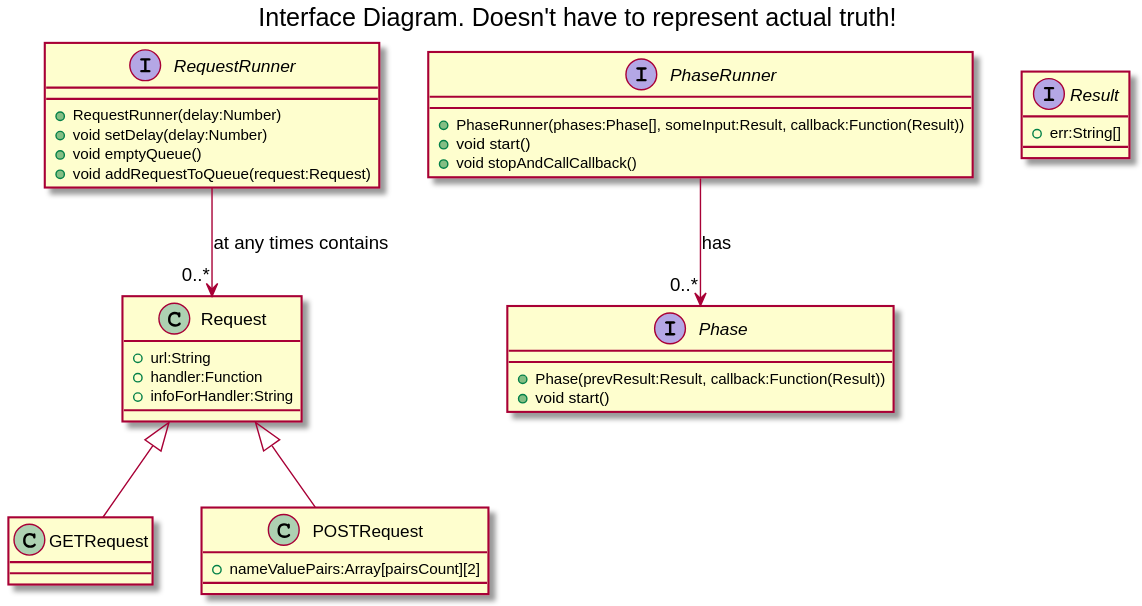
Earlier version of the PlantUML export doc/interface-diagram.svg (hossameldeen/gpa-fcicu). Its source is kept beside it as doc/interface-diagram.puml.
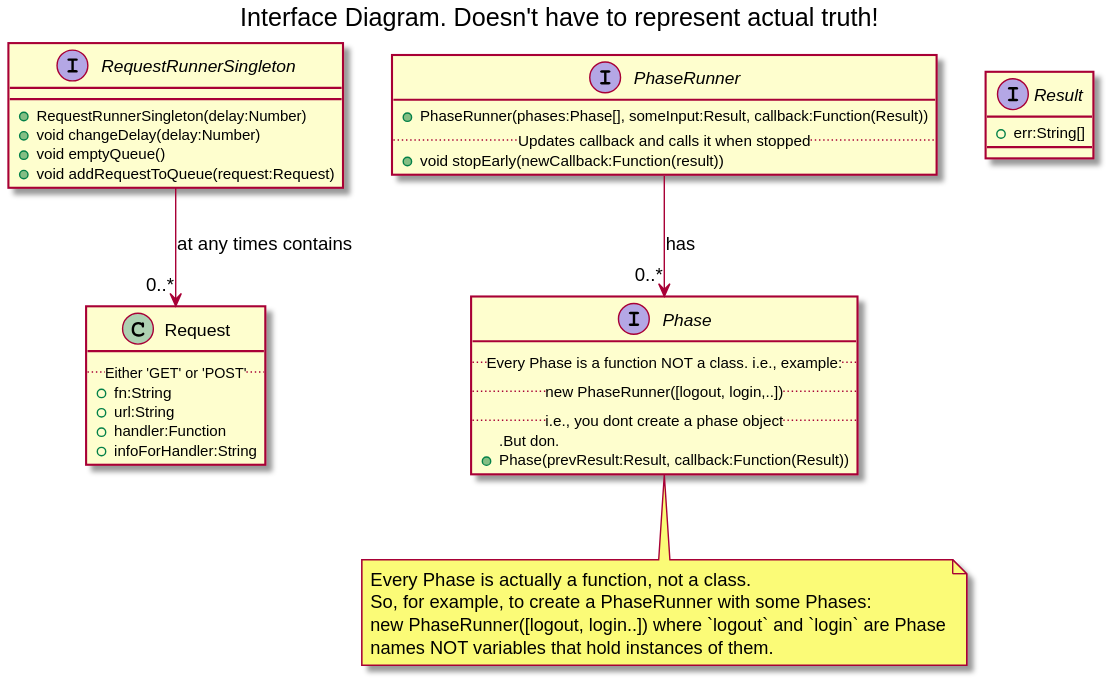
Later version of the same file.

Commit message:
Updated interface diagram to resemble the current state

Diff of the diagram source:
```diff
@@ -1,33 +1,37 @@
 @startuml
   title Interface Diagram. Doesn't have to represent actual truth!
-  Request <|-- GETRequest
-  Request <|-- POSTRequest
-  RequestRunner --> "0..*" Request : at any times contains
+  RequestRunnerSingleton --> "0..*" Request : at any times contains
   PhaseRunner --> "0..*" Phase : has
   class Request {
+    ..Either 'GET' or 'POST'..
+    +fn:String
     +url:String
     +handler:Function
     +infoForHandler:String
   }
-  class GETRequest {
-  }
-  class POSTRequest {
-    +nameValuePairs:Array[pairsCount][2]
-  }
-  interface RequestRunner {
-    +RequestRunner(delay:Number)
-    +void setDelay(delay:Number)
+  interface RequestRunnerSingleton {
+    +RequestRunnerSingleton(delay:Number)
+    +void changeDelay(delay:Number)
     +void emptyQueue()
     +void addRequestToQueue(request:Request)
   }
   interface Phase {
+    ..Every Phase is a function NOT a class. i.e., example:..
+    ..new PhaseRunner([logout, login,..])..
+    ..i.e., you dont create a phase object..
+    .But don.
     +Phase(prevResult:Result, callback:Function(Result))
-    +void start()
   }
+  note bottom of Phase
+    Every Phase is actually a function, not a class.
+    So, for example, to create a PhaseRunner with some Phases:
+    new PhaseRunner([logout, login..]) where `logout` and `login` are Phase
+    names NOT variables that hold instances of them.
+  end note
   interface PhaseRunner {
     +PhaseRunner(phases:Phase[], someInput:Result, callback:Function(Result))
-    +void start()
-    +void stopAndCallCallback()
+    ..Updates callback and calls it when stopped..
+    +void stopEarly(newCallback:Function(result))
   }
   interface Result {
     +err:String[]
```
